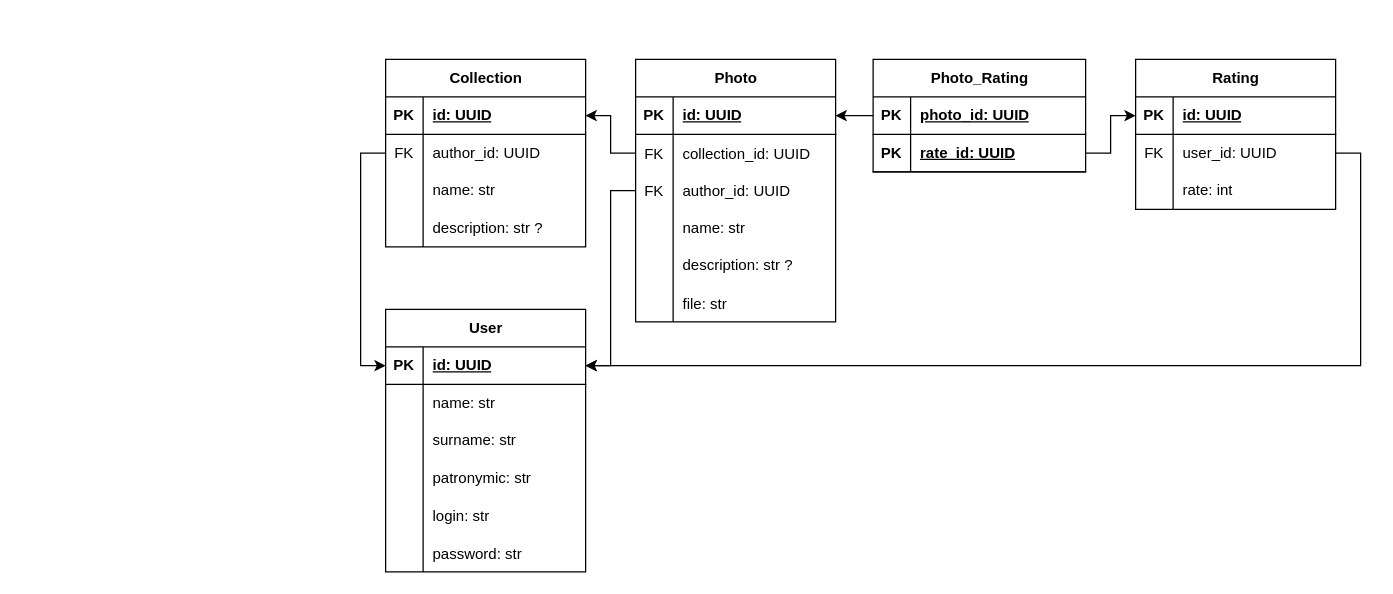
Before: бд.drawio in WATUNeed/gallery, a draw.io diagram. Source tidied: cells renumbered, new cells numbered last; positions are measured from the earlier drawing's top-left corner, leaving out a move shared by most shapes. Both pictures are drawn from the tidied source at 125%, with x=0, y=0 at pixel (385, 59).
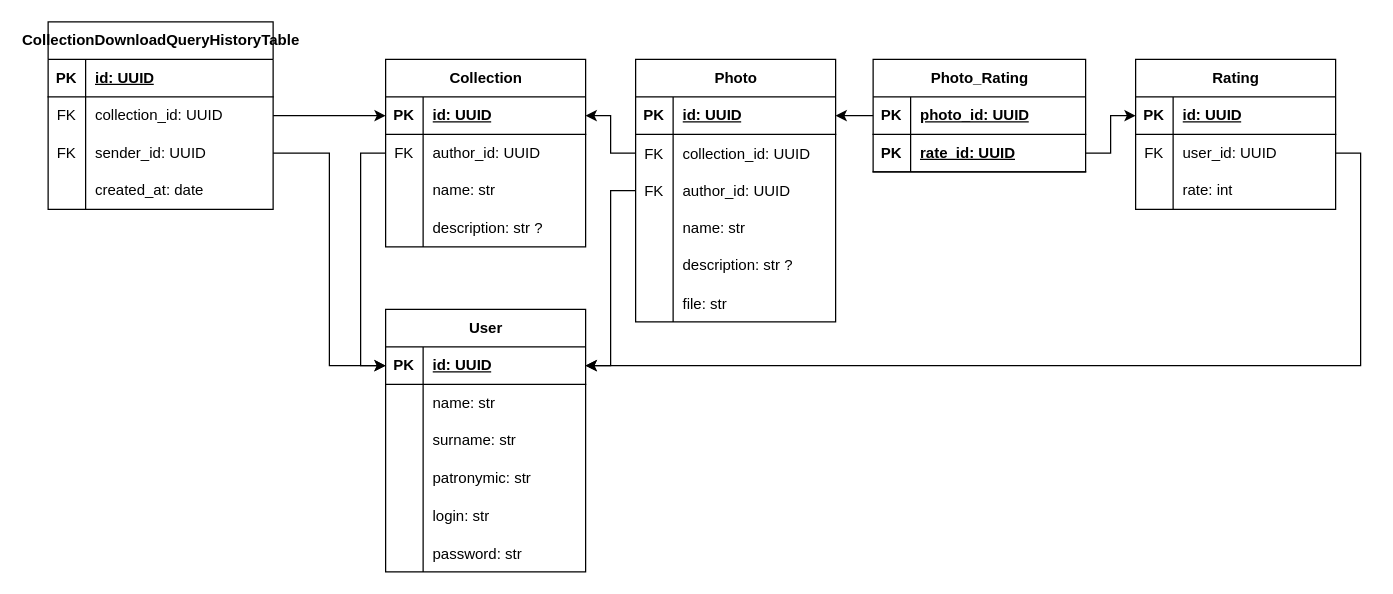
The same page after the edit.

The change refers to these unchanged cells:
```xml
<mxCell id="3" style="shape=tableRow;horizontal=0;startSize=0;swimlaneHead=0;swimlaneBody=0;fillColor=none;points=[[0,0.5],[1,0.5]];portConstraint=eastwest;top=0;left=0;right=0;bottom=1;" parent="2" vertex="1">
  <mxGeometry y="30" width="160" height="30" as="geometry" />
</mxCell>
<mxCell id="22" style="shape=tableRow;horizontal=0;startSize=0;swimlaneHead=0;swimlaneBody=0;fillColor=none;points=[[0,0.5],[1,0.5]];portConstraint=eastwest;top=0;left=0;right=0;bottom=1;" parent="21" vertex="1">
  <mxGeometry y="30" width="160" height="30" as="geometry" />
</mxCell>
```

Diff of the diagram source:
```diff
@@
+    <mxCell id="76" value="CollectionDownloadQueryHistoryTable" style="shape=table;startSize=30;childLayout=tableLayout;rowLines=0;fontStyle=1;align=center;html=1;" parent="1" vertex="1">
+      <mxGeometry x="-270" y="-30" width="180" height="150" as="geometry" />
+    </mxCell>
+    <mxCell id="77" style="shape=tableRow;horizontal=0;startSize=0;swimlaneHead=0;swimlaneBody=0;fillColor=none;top=0;left=0;right=0;bottom=1;" parent="76" vertex="1">
+      <mxGeometry y="30" width="180" height="30" as="geometry" />
+    </mxCell>
+    <mxCell id="78" value="PK" style="shape=partialRectangle;fillColor=none;top=0;left=0;bottom=0;right=0;fontStyle=1;overflow=hidden;whiteSpace=wrap;html=1;" parent="77" vertex="1">
+      <mxGeometry width="30" height="30" as="geometry" />
+    </mxCell>
+    <mxCell id="79" value="id: UUID" style="shape=partialRectangle;fillColor=none;top=0;left=0;bottom=0;right=0;align=left;spacingLeft=6;fontStyle=5;overflow=hidden;whiteSpace=wrap;html=1;" parent="77" vertex="1">
+      <mxGeometry x="30" width="150" height="30" as="geometry" />
+    </mxCell>
+    <mxCell id="80" style="shape=tableRow;horizontal=0;startSize=0;swimlaneHead=0;swimlaneBody=0;fillColor=none;points=[[0,0.5],[1,0.5]];portConstraint=eastwest;top=0;left=0;right=0;bottom=0;" parent="76" vertex="1">
+      <mxGeometry y="60" width="180" height="30" as="geometry" />
+    </mxCell>
+    <mxCell id="81" value="FK" style="shape=partialRectangle;fillColor=none;top=0;left=0;bottom=0;right=0;overflow=hidden;whiteSpace=wrap;html=1;" parent="80" vertex="1">
+      <mxGeometry width="30" height="30" as="geometry" />
+    </mxCell>
+    <mxCell id="82" value="collection_id: UUID" style="shape=partialRectangle;fillColor=none;top=0;left=0;bottom=0;right=0;align=left;spacingLeft=6;overflow=hidden;whiteSpace=wrap;html=1;" parent="80" vertex="1">
+      <mxGeometry x="30" width="150" height="30" as="geometry" />
+    </mxCell>
+    <mxCell id="83" style="shape=tableRow;horizontal=0;startSize=0;swimlaneHead=0;swimlaneBody=0;fillColor=none;points=[[0,0.5],[1,0.5]];portConstraint=eastwest;top=0;left=0;right=0;bottom=0;" parent="76" vertex="1">
+      <mxGeometry y="90" width="180" height="30" as="geometry" />
+    </mxCell>
+    <mxCell id="84" value="FK" style="shape=partialRectangle;fillColor=none;top=0;left=0;bottom=0;right=0;overflow=hidden;whiteSpace=wrap;html=1;" parent="83" vertex="1">
+      <mxGeometry width="30" height="30" as="geometry" />
+    </mxCell>
+    <mxCell id="85" value="sender_id: UUID" style="shape=partialRectangle;fillColor=none;top=0;left=0;bottom=0;right=0;align=left;spacingLeft=6;overflow=hidden;whiteSpace=wrap;html=1;" parent="83" vertex="1">
+      <mxGeometry x="30" width="150" height="30" as="geometry" />
+    </mxCell>
+    <mxCell id="86" style="shape=tableRow;horizontal=0;startSize=0;swimlaneHead=0;swimlaneBody=0;fillColor=none;top=0;left=0;right=0;bottom=0;" parent="76" vertex="1">
+      <mxGeometry y="120" width="180" height="30" as="geometry" />
+    </mxCell>
+    <mxCell id="87" style="shape=partialRectangle;fillColor=none;top=0;left=0;bottom=0;right=0;overflow=hidden;whiteSpace=wrap;html=1;" parent="86" vertex="1">
+      <mxGeometry width="30" height="30" as="geometry" />
+    </mxCell>
+    <mxCell id="88" value="created_at: date" style="shape=partialRectangle;fillColor=none;top=0;left=0;bottom=0;right=0;align=left;spacingLeft=6;overflow=hidden;whiteSpace=wrap;html=1;" parent="86" vertex="1">
+      <mxGeometry x="30" width="150" height="30" as="geometry" />
+    </mxCell>
+    <mxCell id="89" style="edgeStyle=orthogonalEdgeStyle;rounded=0;jettySize=auto;html=1;exitX=1;exitY=0.5;exitDx=0;exitDy=0;entryX=0;entryY=0.5;entryDx=0;entryDy=0;" parent="1" edge="1" source="80" target="22">
+      <mxGeometry relative="1" as="geometry" />
+    </mxCell>
+    <mxCell id="90" style="edgeStyle=orthogonalEdgeStyle;rounded=0;jettySize=auto;html=1;exitX=1;exitY=0.5;exitDx=0;exitDy=0;entryX=0;entryY=0.5;entryDx=0;entryDy=0;" parent="1" edge="1" source="83" target="3">
+      <mxGeometry relative="1" as="geometry" />
+    </mxCell>
```
